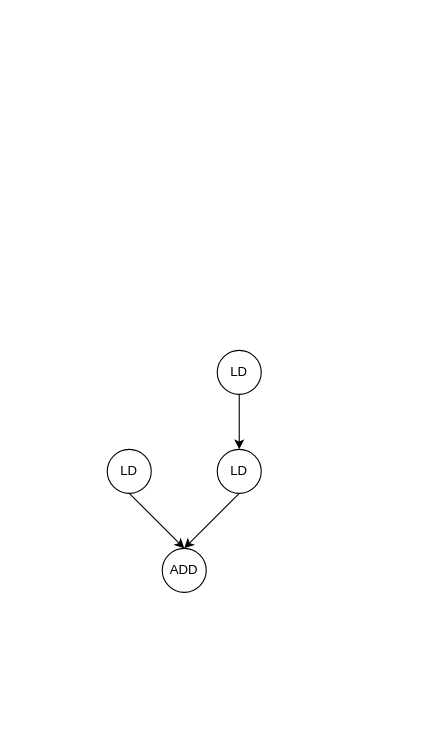
HPC-SDC/Operator keeps this draw.io diagram as test01.drawio. Above is the earlier version. Source tidied: cells renumbered, new cells numbered last; positions are measured from the earlier drawing's top-left corner, leaving out a move shared by most shapes. Both pictures are drawn from the tidied source at 110%, with x=0, y=0 at pixel (107, 350).
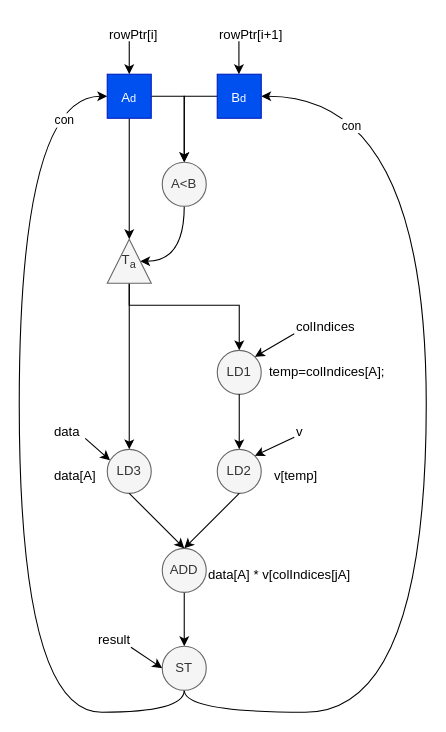
After the change.

Diff of the diagram source:
```diff
@@
-    <mxCell id="2" value="LD" style="ellipse;whiteSpace=wrap;html=1;" parent="1" vertex="1">
+    <mxCell id="2" value="LD3" style="ellipse;whiteSpace=wrap;html=1;fillColor=#f5f5f5;fontColor=#333333;strokeColor=#666666;" parent="1" vertex="1">
       <mxGeometry y="90" width="40" height="40" as="geometry" />
     </mxCell>
-    <mxCell id="3" value="LD" style="ellipse;whiteSpace=wrap;html=1;" parent="1" vertex="1">
+    <mxCell id="3" value="LD1" style="ellipse;whiteSpace=wrap;html=1;fillColor=#f5f5f5;fontColor=#333333;strokeColor=#666666;" parent="1" vertex="1">
       <mxGeometry x="100" width="40" height="40" as="geometry" />
     </mxCell>
-    <mxCell id="4" value="LD" style="ellipse;whiteSpace=wrap;html=1;" parent="1" vertex="1">
+    <mxCell id="4" value="LD2" style="ellipse;whiteSpace=wrap;html=1;fillColor=#f5f5f5;fontColor=#333333;strokeColor=#666666;" parent="1" vertex="1">
       <mxGeometry x="100" y="90" width="40" height="40" as="geometry" />
     </mxCell>
+    <mxCell id="9" style="edgeStyle=orthogonalEdgeStyle;rounded=0;jettySize=auto;html=1;exitX=0.5;exitY=1;exitDx=0;exitDy=0;entryX=0.5;entryY=0;entryDx=0;entryDy=0;" parent="1" edge="1" source="5" target="38">
+      <mxGeometry relative="1" as="geometry" />
+    </mxCell>
-    <mxCell id="5" value="ADD" style="ellipse;whiteSpace=wrap;html=1;" parent="1" vertex="1">
+    <mxCell id="5" value="ADD" style="ellipse;whiteSpace=wrap;html=1;fillColor=#f5f5f5;fontColor=#333333;strokeColor=#666666;" parent="1" vertex="1">
       <mxGeometry x="50" y="180" width="40" height="40" as="geometry" />
     </mxCell>
@@
+    <mxCell id="10" value="temp=colIndices[A];" style="text;strokeColor=none;align=center;fillColor=none;html=1;verticalAlign=middle;whiteSpace=wrap;rounded=0;" parent="1" vertex="1">
+      <mxGeometry x="170" y="5" width="60" height="30" as="geometry" />
+    </mxCell>
+    <mxCell id="11" value="data[A]" style="text;whiteSpace=wrap;" parent="1" vertex="1">
+      <mxGeometry x="-50" y="100" width="70" height="40" as="geometry" />
+    </mxCell>
+    <mxCell id="12" value="v[temp]" style="text;whiteSpace=wrap;" parent="1" vertex="1">
+      <mxGeometry x="150" y="100" width="70" height="40" as="geometry" />
+    </mxCell>
+    <mxCell id="13" value="data[A] * v[colIndices[jA]" style="text;whiteSpace=wrap;" parent="1" vertex="1">
+      <mxGeometry x="90" y="190" width="150" height="40" as="geometry" />
+    </mxCell>
+    <mxCell id="14" style="edgeStyle=orthogonalEdgeStyle;rounded=0;jettySize=auto;html=1;exitX=1;exitY=0.5;exitDx=0;exitDy=0;entryX=0.5;entryY=0;entryDx=0;entryDy=0;" parent="1" edge="1" source="16" target="24">
+      <mxGeometry relative="1" as="geometry" />
+    </mxCell>
+    <mxCell id="15" style="edgeStyle=orthogonalEdgeStyle;rounded=0;jettySize=auto;html=1;exitX=0.5;exitY=1;exitDx=0;exitDy=0;entryX=1;entryY=0.5;entryDx=0;entryDy=0;" parent="1" edge="1" source="16" target="27">
+      <mxGeometry relative="1" as="geometry" />
+    </mxCell>
+    <mxCell id="16" value="&lt;sub&gt;&lt;span style=&quot;font-size: 12px;&quot;&gt;A&lt;/span&gt;d&lt;/sub&gt;" style="whiteSpace=wrap;html=1;fillColor=#0050ef;strokeColor=#001DBC;fontColor=#ffffff;" parent="1" vertex="1">
+      <mxGeometry y="-251" width="40" height="40" as="geometry" />
+    </mxCell>
+    <mxCell id="17" style="edgeStyle=orthogonalEdgeStyle;rounded=0;jettySize=auto;html=1;exitX=0;exitY=0.5;exitDx=0;exitDy=0;entryX=0.5;entryY=0;entryDx=0;entryDy=0;" parent="1" edge="1" source="18" target="24">
+      <mxGeometry relative="1" as="geometry" />
+    </mxCell>
+    <mxCell id="18" value="&lt;sub&gt;&lt;span style=&quot;font-size: 12px;&quot;&gt;B&lt;/span&gt;d&lt;/sub&gt;" style="whiteSpace=wrap;html=1;fillColor=#0050ef;strokeColor=#001DBC;fontColor=#ffffff;" parent="1" vertex="1">
+      <mxGeometry x="100" y="-251" width="40" height="40" as="geometry" />
+    </mxCell>
+    <mxCell id="19" style="endArrow=classic;html=1;rounded=0;entryX=0.5;entryY=0;entryDx=0;entryDy=0;" parent="1" edge="1" target="16">
+      <mxGeometry relative="1" as="geometry">
+        <mxPoint x="20" y="-281" as="sourcePoint" />
+      </mxGeometry>
+    </mxCell>
+    <mxCell id="20" style="endArrow=classic;html=1;rounded=0;entryX=0.5;entryY=0;entryDx=0;entryDy=0;" parent="1" edge="1">
+      <mxGeometry relative="1" as="geometry">
+        <mxPoint x="119.7" y="-281" as="sourcePoint" />
+        <mxPoint x="119.7" y="-251" as="targetPoint" />
+      </mxGeometry>
+    </mxCell>
+    <mxCell id="21" value="rowPtr[i]" style="text;whiteSpace=wrap;" parent="1" vertex="1">
+      <mxGeometry y="-301" width="80" height="40" as="geometry" />
+    </mxCell>
+    <mxCell id="22" value="rowPtr[i+1]" style="text;whiteSpace=wrap;" parent="1" vertex="1">
+      <mxGeometry x="100" y="-301" width="80" height="40" as="geometry" />
+    </mxCell>
+    <mxCell id="23" style="edgeStyle=orthogonalEdgeStyle;rounded=0;jettySize=auto;html=1;exitX=0.5;exitY=1;exitDx=0;exitDy=0;entryX=0.5;entryY=1;entryDx=0;entryDy=0;curved=1;" parent="1" edge="1" source="24" target="27">
+      <mxGeometry relative="1" as="geometry">
+        <Array as="points">
+          <mxPoint x="70" y="-81" />
+        </Array>
+      </mxGeometry>
+    </mxCell>
+    <mxCell id="24" value="A&amp;lt;B" style="ellipse;whiteSpace=wrap;html=1;fillColor=#f5f5f5;fontColor=#333333;strokeColor=#666666;" parent="1" vertex="1">
+      <mxGeometry x="50" y="-171" width="40" height="40" as="geometry" />
+    </mxCell>
+    <mxCell id="25" style="edgeStyle=orthogonalEdgeStyle;rounded=0;jettySize=auto;html=1;exitX=0;exitY=0.5;exitDx=0;exitDy=0;entryX=0.5;entryY=0;entryDx=0;entryDy=0;" parent="1" edge="1" source="27" target="2">
+      <mxGeometry relative="1" as="geometry" />
+    </mxCell>
+    <mxCell id="26" style="edgeStyle=orthogonalEdgeStyle;rounded=0;jettySize=auto;html=1;exitX=0;exitY=0.5;exitDx=0;exitDy=0;entryX=0.5;entryY=0;entryDx=0;entryDy=0;" parent="1" edge="1" source="27" target="3">
+      <mxGeometry relative="1" as="geometry">
+        <Array as="points">
+          <mxPoint x="20" y="-41" />
+        </Array>
+      </mxGeometry>
+    </mxCell>
+    <mxCell id="27" value="T&lt;sub&gt;a&lt;/sub&gt;" style="triangle;whiteSpace=wrap;html=1;direction=north;fillColor=#f5f5f5;fontColor=#333333;strokeColor=#666666;" parent="1" vertex="1">
+      <mxGeometry y="-101" width="40" height="40" as="geometry" />
+    </mxCell>
+    <mxCell id="28" value="data" style="text;whiteSpace=wrap;" parent="1" vertex="1">
+      <mxGeometry x="-50" y="60" width="70" height="40" as="geometry" />
+    </mxCell>
+    <mxCell id="29" value="colIndices" style="text;whiteSpace=wrap;" parent="1" vertex="1">
+      <mxGeometry x="170" y="-35" width="70" height="40" as="geometry" />
+    </mxCell>
+    <mxCell id="30" value="v" style="text;whiteSpace=wrap;" parent="1" vertex="1">
+      <mxGeometry x="170" y="60" width="20" height="19" as="geometry" />
+    </mxCell>
+    <mxCell id="31" style="endArrow=classic;html=1;rounded=0;entryX=0.75;entryY=1;entryDx=0;entryDy=0;" parent="1" edge="1" target="28">
+      <mxGeometry relative="1" as="geometry">
+        <mxPoint x="-20" y="80" as="sourcePoint" />
+      </mxGeometry>
+    </mxCell>
+    <mxCell id="32" style="endArrow=classic;html=1;rounded=0;entryX=1;entryY=0;entryDx=0;entryDy=0;exitX=0;exitY=0.5;exitDx=0;exitDy=0;" parent="1" edge="1" source="29" target="3">
+      <mxGeometry relative="1" as="geometry" />
+    </mxCell>
+    <mxCell id="33" style="endArrow=classic;html=1;rounded=0;exitX=0;exitY=1;exitDx=0;exitDy=0;entryX=1;entryY=0;entryDx=0;entryDy=0;" parent="1" edge="1" source="30" target="4">
+      <mxGeometry relative="1" as="geometry" />
+    </mxCell>
+    <mxCell id="34" style="edgeStyle=orthogonalEdgeStyle;rounded=0;jettySize=auto;html=1;exitX=0.5;exitY=1;exitDx=0;exitDy=0;entryX=0;entryY=0.5;entryDx=0;entryDy=0;curved=1;" parent="1" edge="1" source="38" target="16">
+      <mxGeometry relative="1" as="geometry">
+        <Array as="points">
+          <mxPoint x="70" y="329" />
+          <mxPoint x="-80" y="329" />
+          <mxPoint x="-80" y="-231" />
+        </Array>
+      </mxGeometry>
+    </mxCell>
+    <mxCell id="35" value="con" style="edgeLabel;html=1;align=center;verticalAlign=middle;" parent="34" vertex="1">
+      <mxGeometry x="0.9" y="-21" relative="1" as="geometry" />
+    </mxCell>
+    <mxCell id="36" style="edgeStyle=orthogonalEdgeStyle;rounded=0;jettySize=auto;html=1;exitX=0.5;exitY=1;exitDx=0;exitDy=0;entryX=1;entryY=0.5;entryDx=0;entryDy=0;curved=1;" parent="1" edge="1" source="38" target="18">
+      <mxGeometry relative="1" as="geometry">
+        <Array as="points">
+          <mxPoint x="70" y="329" />
+          <mxPoint x="290" y="329" />
+          <mxPoint x="290" y="-231" />
+        </Array>
+      </mxGeometry>
+    </mxCell>
+    <mxCell id="37" value="con" style="edgeLabel;html=1;align=center;verticalAlign=middle;" parent="36" vertex="1">
+      <mxGeometry x="0.83" y="26" relative="1" as="geometry" />
+    </mxCell>
+    <mxCell id="38" value="ST" style="ellipse;whiteSpace=wrap;html=1;fillColor=#f5f5f5;fontColor=#333333;strokeColor=#666666;" parent="1" vertex="1">
+      <mxGeometry x="50" y="269" width="40" height="40" as="geometry" />
+    </mxCell>
+    <mxCell id="39" style="rounded=0;jettySize=auto;html=1;exitX=1.052;exitY=1.043;exitDx=0;exitDy=0;entryX=0;entryY=0.5;entryDx=0;entryDy=0;exitPerimeter=0;" parent="1" edge="1" source="40" target="38">
+      <mxGeometry relative="1" as="geometry" />
+    </mxCell>
+    <mxCell id="40" value="result" style="text;whiteSpace=wrap;" parent="1" vertex="1">
+      <mxGeometry x="-10" y="249" width="30" height="20" as="geometry" />
+    </mxCell>
```
